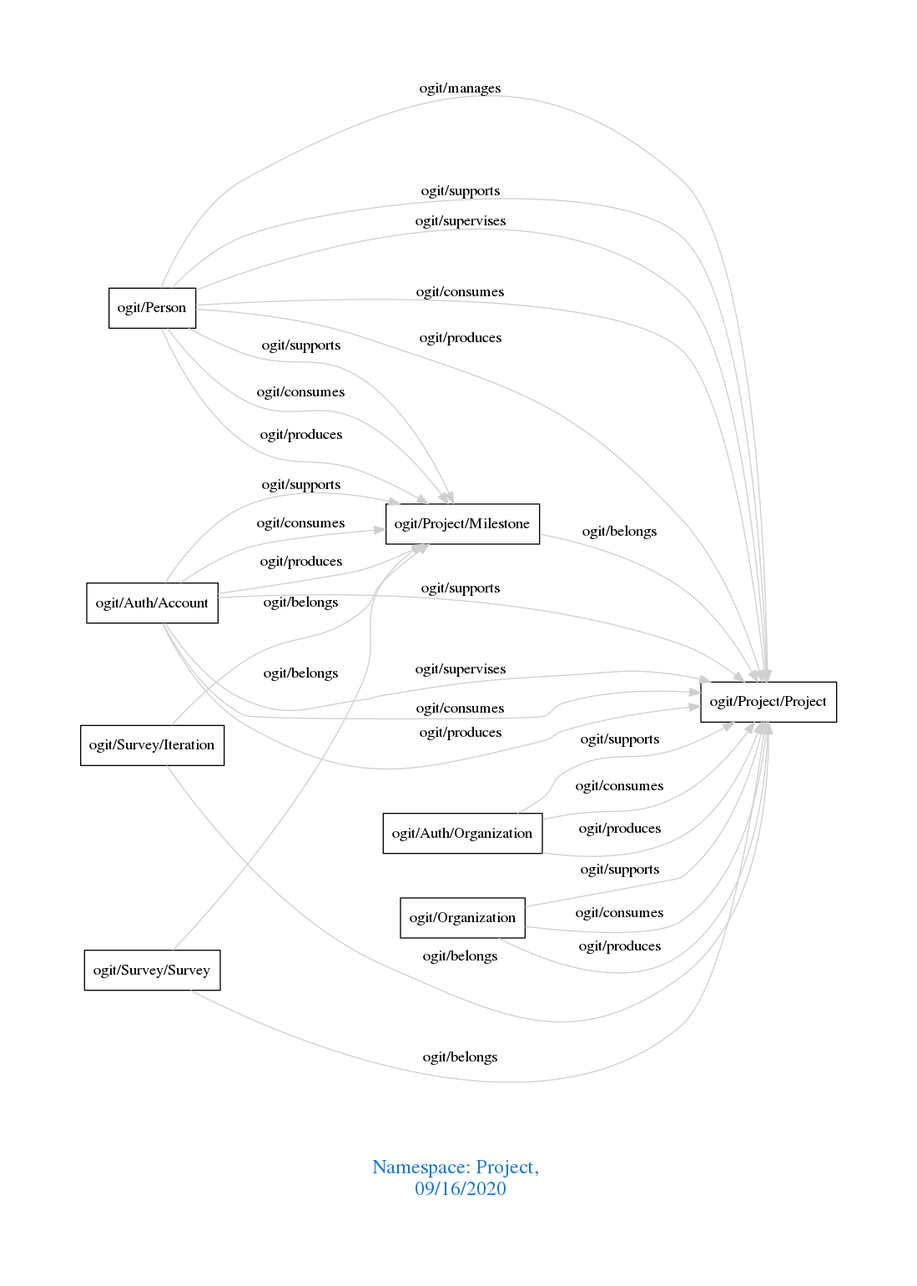
Earlier version of the Graphviz export downloads/Project.png (arago/OGIT). Its source is kept beside it as downloads/Project.dot.
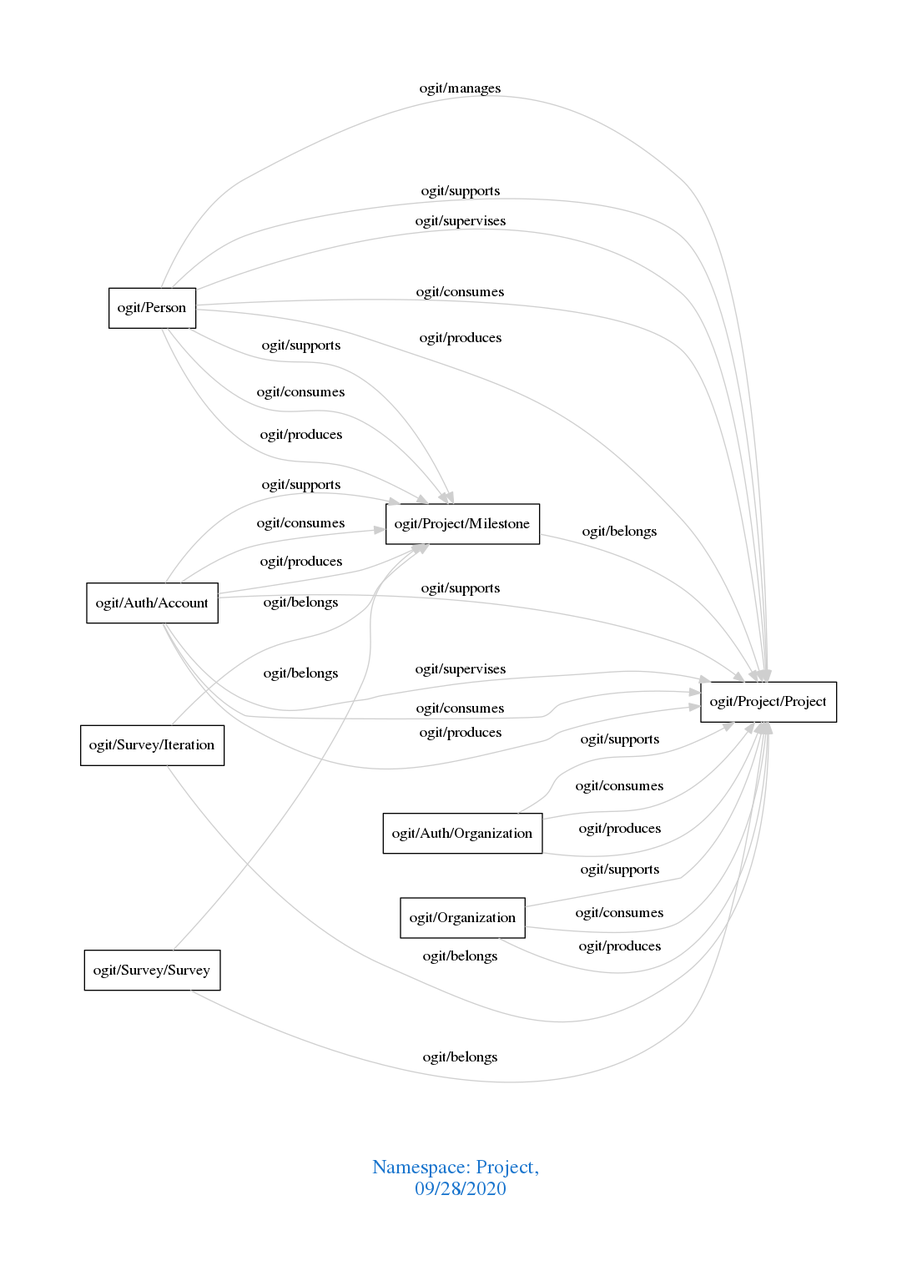
After the commit.

Diff of the diagram source:
```diff
@@ -1,7 +1,7 @@
 digraph OGIT_ontology {
  graph [ rankdir= LR,pad=1
 fontsize = 18,
-fontcolor= dodgerblue3,label = "\n\n\nNamespace: Project, \n 09/16/2020"];
+fontcolor= dodgerblue3,label = "\n\n\nNamespace: Project, \n 09/28/2020"];
 node[shape=polygon];
 edge [  color="gray81"];
 
```
